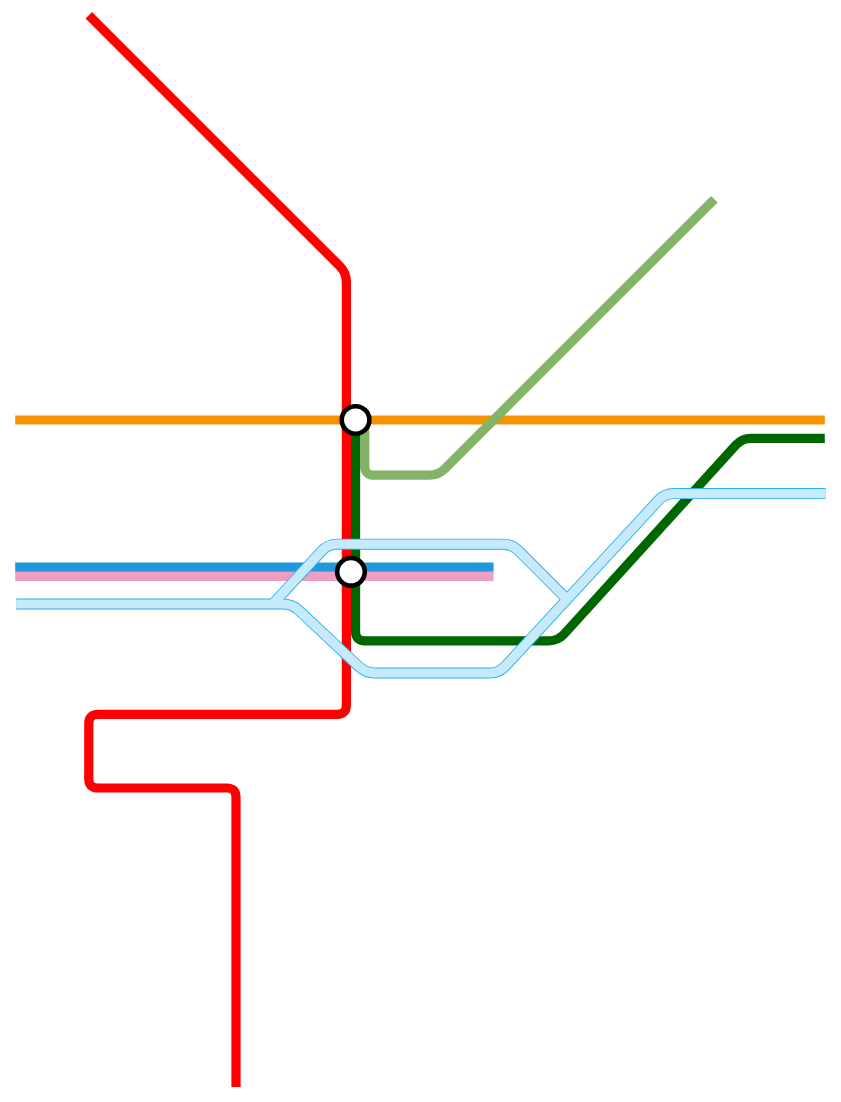
This is DellTube.drawio from macphil/delltube, a draw.io file, before an edit. Source tidied: cells renumbered, new cells numbered last; positions are measured from the earlier drawing's top-left corner, leaving out a move shared by most shapes. Both pictures are drawn from the tidied source at 92%, with x=0, y=0 at pixel (15, 15).
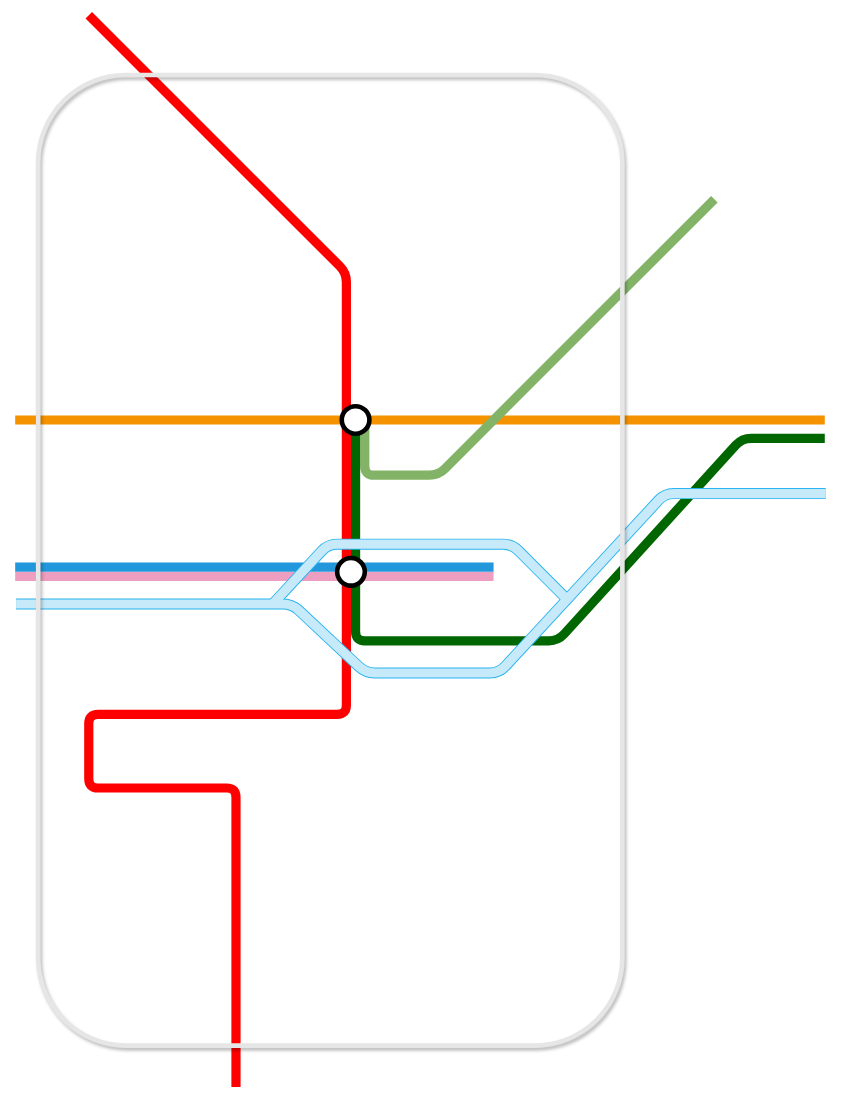
The same page after the edit.

Change to the diagram source:
```diff
@@
+    <mxCell id="16" parent="0" />
+    <mxCell id="17" style="rounded=1;whiteSpace=wrap;html=1;strokeWidth=5;fillColor=none;strokeColor=#E6E6E6;shadow=1;glass=0;backgroundOutline=0;" parent="16" vertex="1">
+      <mxGeometry x="25" y="65" width="635" height="1055" as="geometry" />
+    </mxCell>
```
